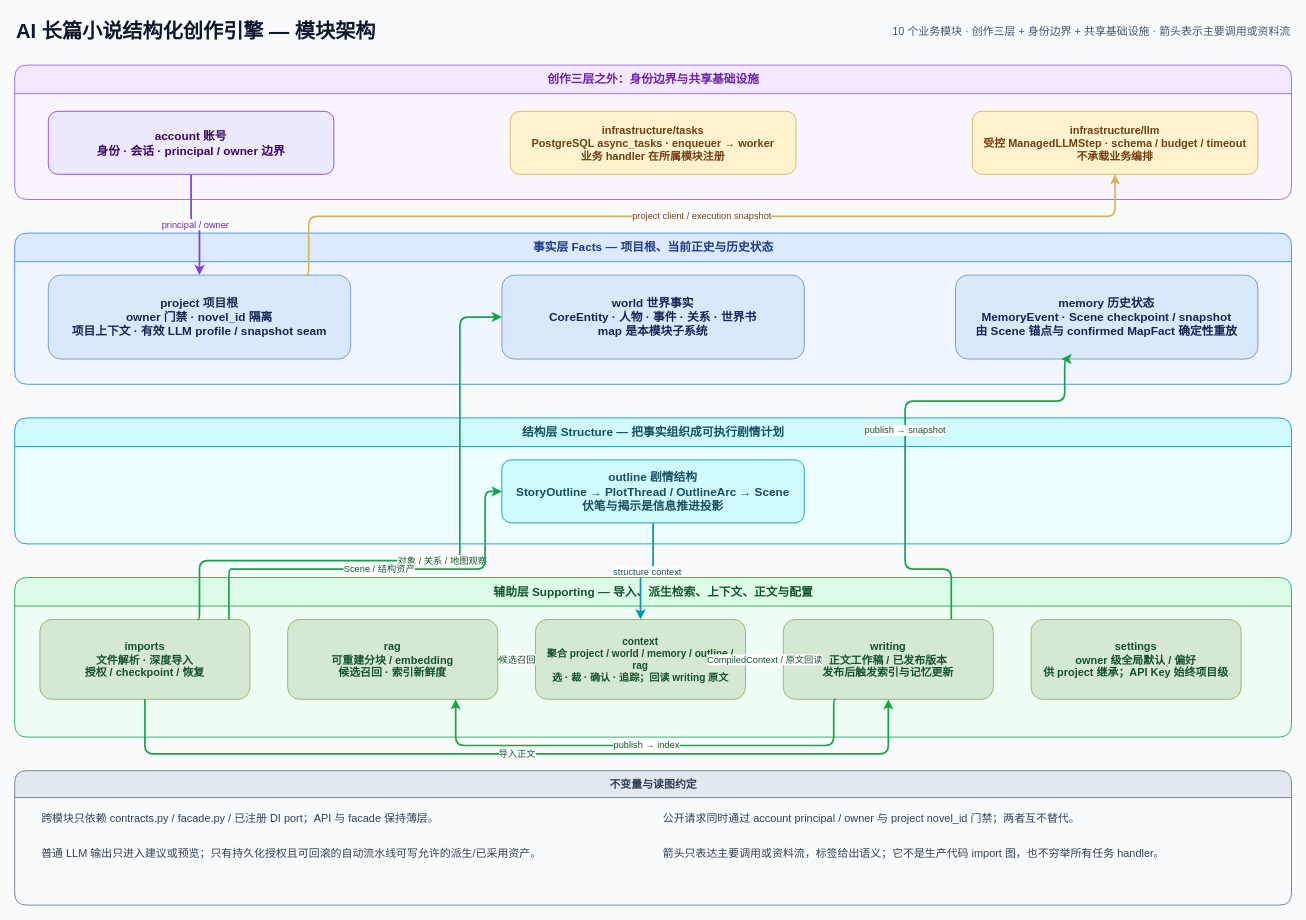
Above: docs/architecture/module-architecture.drawio in FengHuoLinShan/ai-writing-assist (draw.io), before the change. Source tidied: cells renumbered, new cells numbered last; positions are measured from the earlier drawing's top-left corner, leaving out a move shared by most shapes. Both pictures are drawn from the tidied source at 84%, with x=0, y=0 at pixel (14, 14).
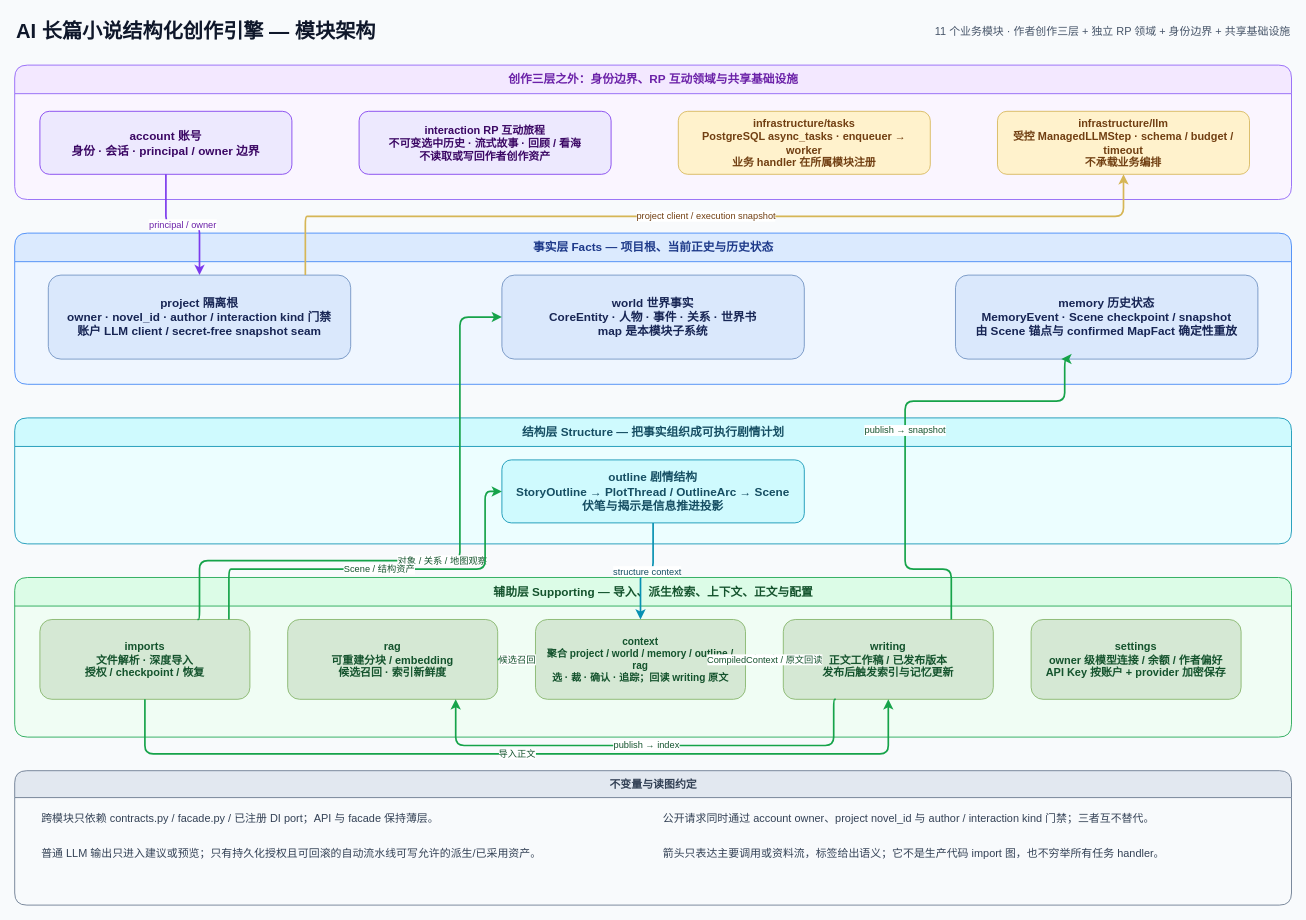
After the change.

The change refers to these unchanged cells:
```xml
<mxCell id="8" value="事实层 Facts — 项目根、当前正史与历史状态" style="swimlane;startSize=34;horizontal=1;rounded=1;html=1;fillColor=#dbeafe;swimlaneFillColor=#eff6ff;strokeColor=#3b82f6;fontColor=#1e3a8a;fontSize=14;fontStyle=1;" parent="1" vertex="1">
  <mxGeometry y="260" width="1520" height="180" as="geometry" />
</mxCell>
<mxCell id="14" value="辅助层 Supporting — 导入、派生检索、上下文、正文与配置" style="swimlane;startSize=34;horizontal=1;rounded=1;html=1;fillColor=#dcfce7;swimlaneFillColor=#f0fdf4;strokeColor=#16a34a;fontColor=#14532d;fontSize=14;fontStyle=1;" parent="1" vertex="1">
  <mxGeometry y="670" width="1520" height="190" as="geometry" />
</mxCell>
<mxCell id="20" value="不变量与读图约定" style="swimlane;startSize=32;horizontal=1;rounded=1;html=1;fillColor=#e2e8f0;swimlaneFillColor=#f8fafc;strokeColor=#64748b;fontColor=#334155;fontSize=13;fontStyle=1;" parent="1" vertex="1">
  <mxGeometry y="900" width="1520" height="160" as="geometry" />
</mxCell>
```

What changed in the source:
```diff
@@
-    <mxCell id="3" value="10 个业务模块 · 创作三层 + 身份边界 + 共享基础设施 · 箭头表示主要调用或资料流" style="text;html=1;align=right;verticalAlign=middle;fontSize=13;fontColor=#475569;" parent="1" vertex="1">
+    <mxCell id="3" value="11 个业务模块 · 作者创作三层 + 独立 RP 领域 + 身份边界 + 共享基础设施" style="text;html=1;align=right;verticalAlign=middle;fontSize=13;fontColor=#475569;" parent="1" vertex="1">
       <mxGeometry x="760" y="5" width="760" height="30" as="geometry" />
     </mxCell>
-    <mxCell id="4" value="创作三层之外：身份边界与共享基础设施" style="swimlane;startSize=34;horizontal=1;rounded=1;html=1;fillColor=#f3e8ff;swimlaneFillColor=#faf5ff;strokeColor=#8b5cf6;fontColor=#6b21a8;fontSize=14;fontStyle=1;" parent="1" vertex="1">
+    <mxCell id="4" value="创作三层之外：身份边界、RP 互动领域与共享基础设施" style="swimlane;startSize=34;horizontal=1;rounded=1;html=1;fillColor=#f3e8ff;swimlaneFillColor=#faf5ff;strokeColor=#8b5cf6;fontColor=#6b21a8;fontSize=14;fontStyle=1;" parent="1" vertex="1">
       <mxGeometry y="60" width="1520" height="160" as="geometry" />
     </mxCell>
     <mxCell id="5" value="account 账号&#10;身份 · 会话 · principal / owner 边界" style="rounded=1;whiteSpace=wrap;html=1;fillColor=#ede9fe;strokeColor=#7c3aed;fontColor=#3b0764;fontSize=14;fontStyle=1;spacing=8;" parent="4" vertex="1">
-      <mxGeometry x="40" y="55" width="340" height="75" as="geometry" />
+      <mxGeometry x="30" y="55" width="300" height="75" as="geometry" />
     </mxCell>
+    <mxCell id="35" value="interaction RP 互动旅程&#10;不可变选中历史 · 流式故事 · 回顾 / 看海&#10;不读取或写回作者创作资产" style="rounded=1;whiteSpace=wrap;html=1;fillColor=#ede9fe;strokeColor=#7c3aed;fontColor=#3b0764;fontSize=13;fontStyle=1;spacing=8;" parent="4" vertex="1">
+      <mxGeometry x="410" y="55" width="300" height="75" as="geometry" />
+    </mxCell>
     <mxCell id="6" value="infrastructure/tasks&#10;PostgreSQL async_tasks · enqueuer → worker&#10;业务 handler 在所属模块注册" style="rounded=1;whiteSpace=wrap;html=1;fillColor=#fff2cc;strokeColor=#d6b656;fontColor=#713f12;fontSize=13;fontStyle=1;spacing=8;" parent="4" vertex="1">
-      <mxGeometry x="590" y="55" width="340" height="75" as="geometry" />
+      <mxGeometry x="790" y="55" width="300" height="75" as="geometry" />
     </mxCell>
     <mxCell id="7" value="infrastructure/llm&#10;受控 ManagedLLMStep · schema / budget / timeout&#10;不承载业务编排" style="rounded=1;whiteSpace=wrap;html=1;fillColor=#fff2cc;strokeColor=#d6b656;fontColor=#713f12;fontSize=13;fontStyle=1;spacing=8;" parent="4" vertex="1">
-      <mxGeometry x="1140" y="55" width="340" height="75" as="geometry" />
+      <mxGeometry x="1170" y="55" width="300" height="75" as="geometry" />
     </mxCell>
@@
-    <mxCell id="9" value="project 项目根&#10;owner 门禁 · novel_id 隔离&#10;项目上下文 · 有效 LLM profile / snapshot seam" style="rounded=1;whiteSpace=wrap;html=1;fillColor=#dae8fc;strokeColor=#6c8ebf;fontColor=#172554;fontSize=14;fontStyle=1;spacing=8;" parent="8" vertex="1">
+    <mxCell id="9" value="project 隔离根&#10;owner · novel_id · author / interaction kind 门禁&#10;账户 LLM client / secret-free snapshot seam" style="rounded=1;whiteSpace=wrap;html=1;fillColor=#dae8fc;strokeColor=#6c8ebf;fontColor=#172554;fontSize=14;fontStyle=1;spacing=8;" parent="8" vertex="1">
       <mxGeometry x="40" y="50" width="360" height="100" as="geometry" />
     </mxCell>
@@
-    <mxCell id="19" value="settings&#10;owner 级全局默认 / 偏好&#10;供 project 继承；API Key 始终项目级" style="rounded=1;whiteSpace=wrap;html=1;fillColor=#d5e8d4;strokeColor=#82b366;fontColor=#14532d;fontSize=13;fontStyle=1;spacing=8;" parent="14" vertex="1">
+    <mxCell id="19" value="settings&#10;owner 级模型连接 / 余额 / 作者偏好&#10;API Key 按账户 + provider 加密保存" style="rounded=1;whiteSpace=wrap;html=1;fillColor=#d5e8d4;strokeColor=#82b366;fontColor=#14532d;fontSize=13;fontStyle=1;spacing=8;" parent="14" vertex="1">
       <mxGeometry x="1210" y="50" width="250" height="95" as="geometry" />
     </mxCell>
@@
-    <mxCell id="22" value="公开请求同时通过 account principal / owner 与 project novel_id 门禁；两者互不替代。" style="text;html=1;align=left;verticalAlign=middle;fontSize=13;fontColor=#334155;" parent="20" vertex="1">
+    <mxCell id="22" value="公开请求同时通过 account owner、project novel_id 与 author / interaction kind 门禁；三者互不替代。" style="text;html=1;align=left;verticalAlign=middle;fontSize=13;fontColor=#334155;" parent="20" vertex="1">
       <mxGeometry x="770" y="42" width="710" height="30" as="geometry" />
     </mxCell>
```
